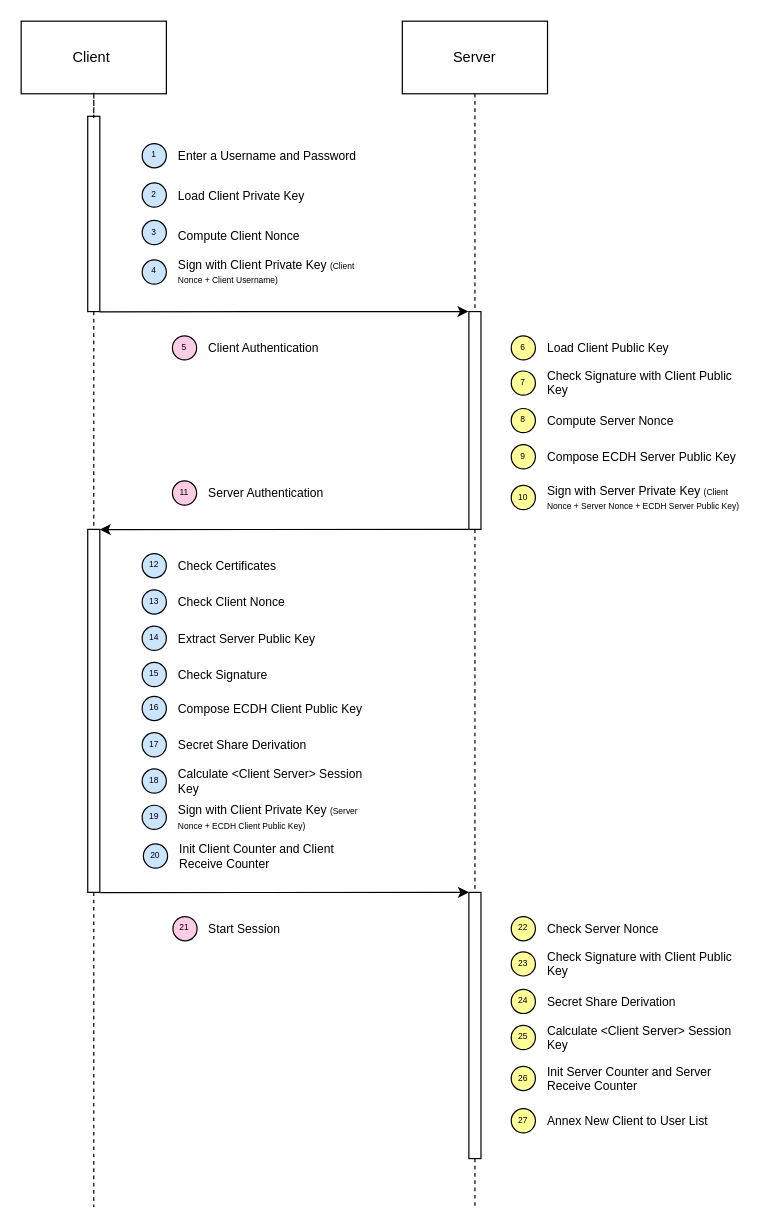
MarshaGomez/Secure-Chat keeps this draw.io diagram as page "Authentication" (1 of 17) of report/drawio/Sequence Diagram.drawio. Above is the earlier version. Source tidied: cells renumbered, new cells numbered last; positions are measured from the earlier drawing's top-left corner, leaving out a move shared by most shapes. Both pictures are drawn from the tidied source at 121%, with x=0, y=0 at pixel (21, 21).
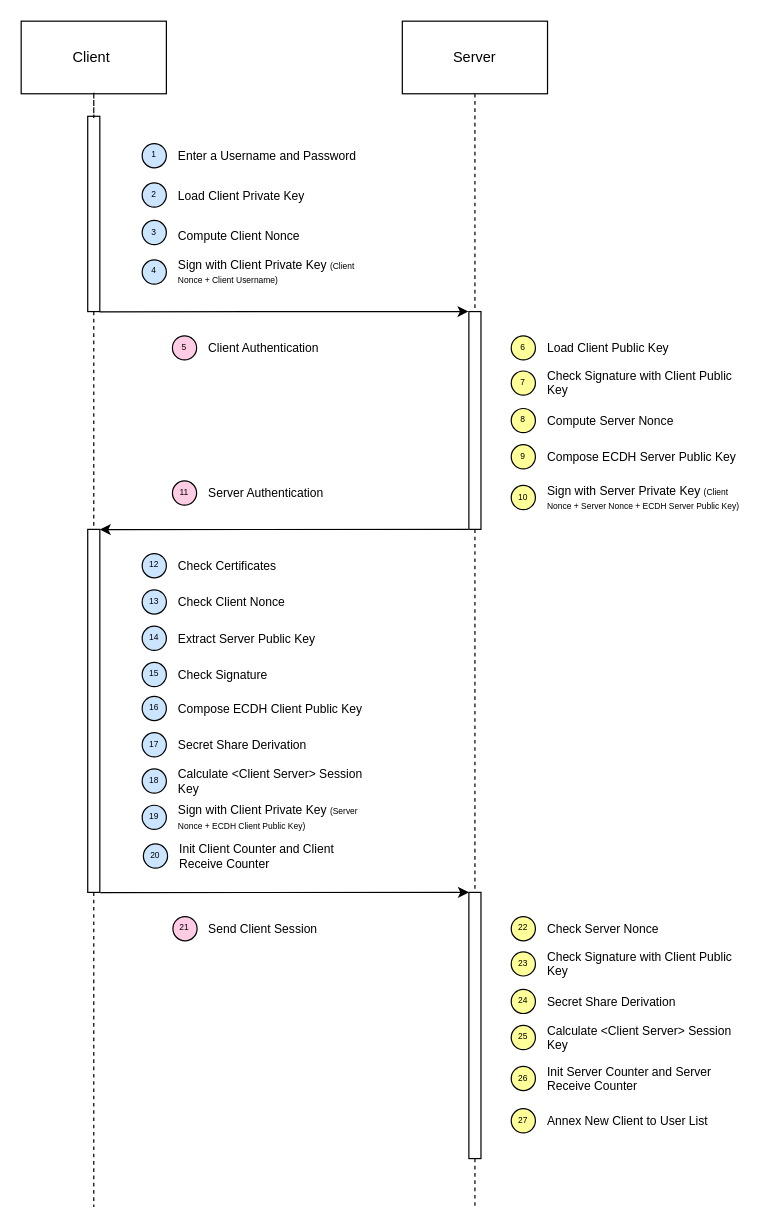
The same page after the edit.

The edit, as a diff of the source:
```diff
@@
-    <mxCell id="52" value="Start Session" style="text;html=1;strokeColor=none;fillColor=none;align=left;verticalAlign=middle;whiteSpace=wrap;rounded=0;labelPosition=center;verticalLabelPosition=middle;spacing=0;fontSize=10;" parent="1" vertex="1">
+    <mxCell id="52" value="Send Client Session" style="text;html=1;strokeColor=none;fillColor=none;align=left;verticalAlign=middle;whiteSpace=wrap;rounded=0;labelPosition=center;verticalLabelPosition=middle;spacing=0;fontSize=10;" parent="1" vertex="1">
       <mxGeometry x="155" y="745" width="160" height="10" as="geometry" />
     </mxCell>
```
